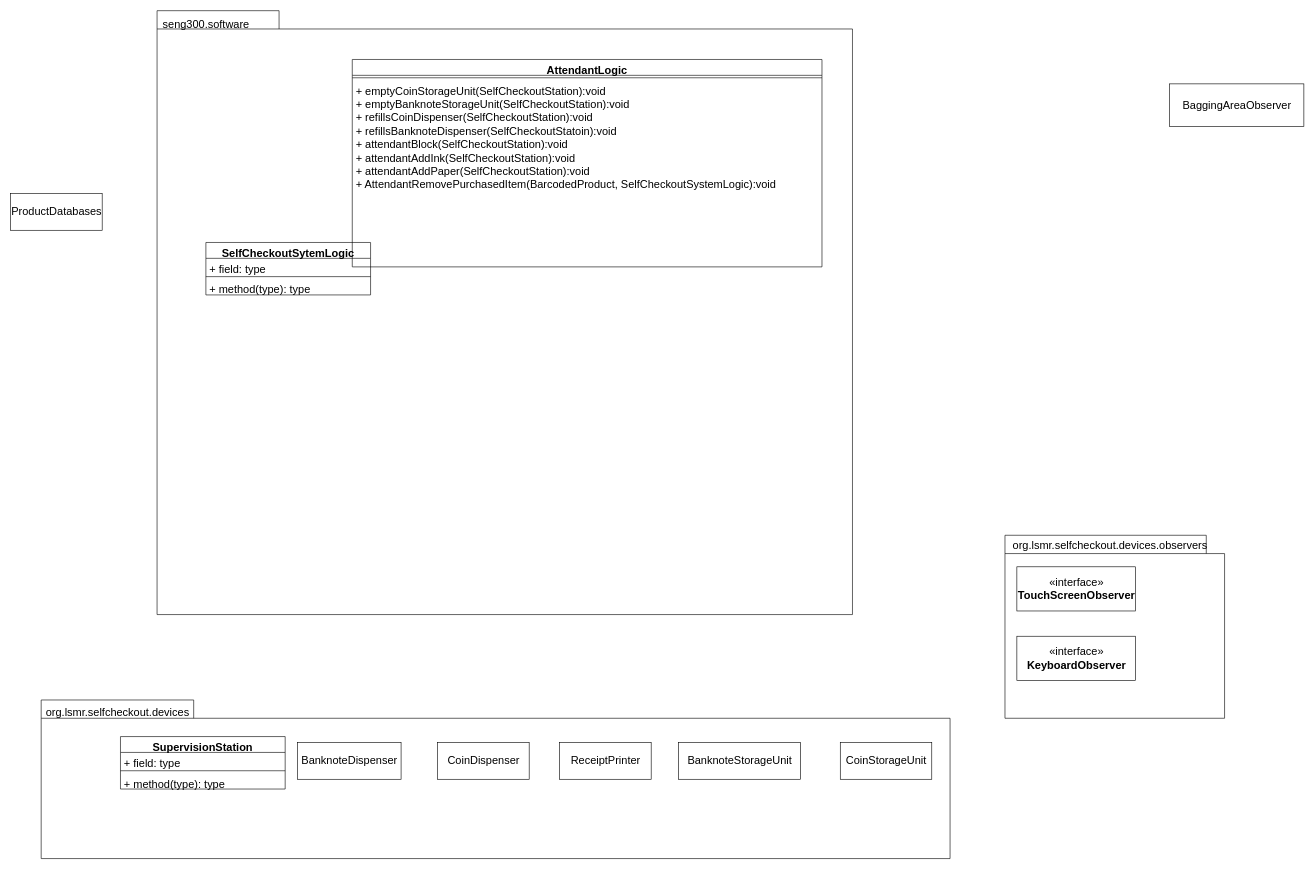
This is Diagrams/ClassDiagrams/Attendant.drawio from adam-25/Self-Checkout-System, a draw.io file, before an edit. Source tidied: cells renumbered, new cells numbered last; positions are measured from the earlier drawing's top-left corner, leaving out a move shared by most shapes. Both pictures are drawn from the tidied source at 61%, with x=0, y=0 at pixel (10, 10).
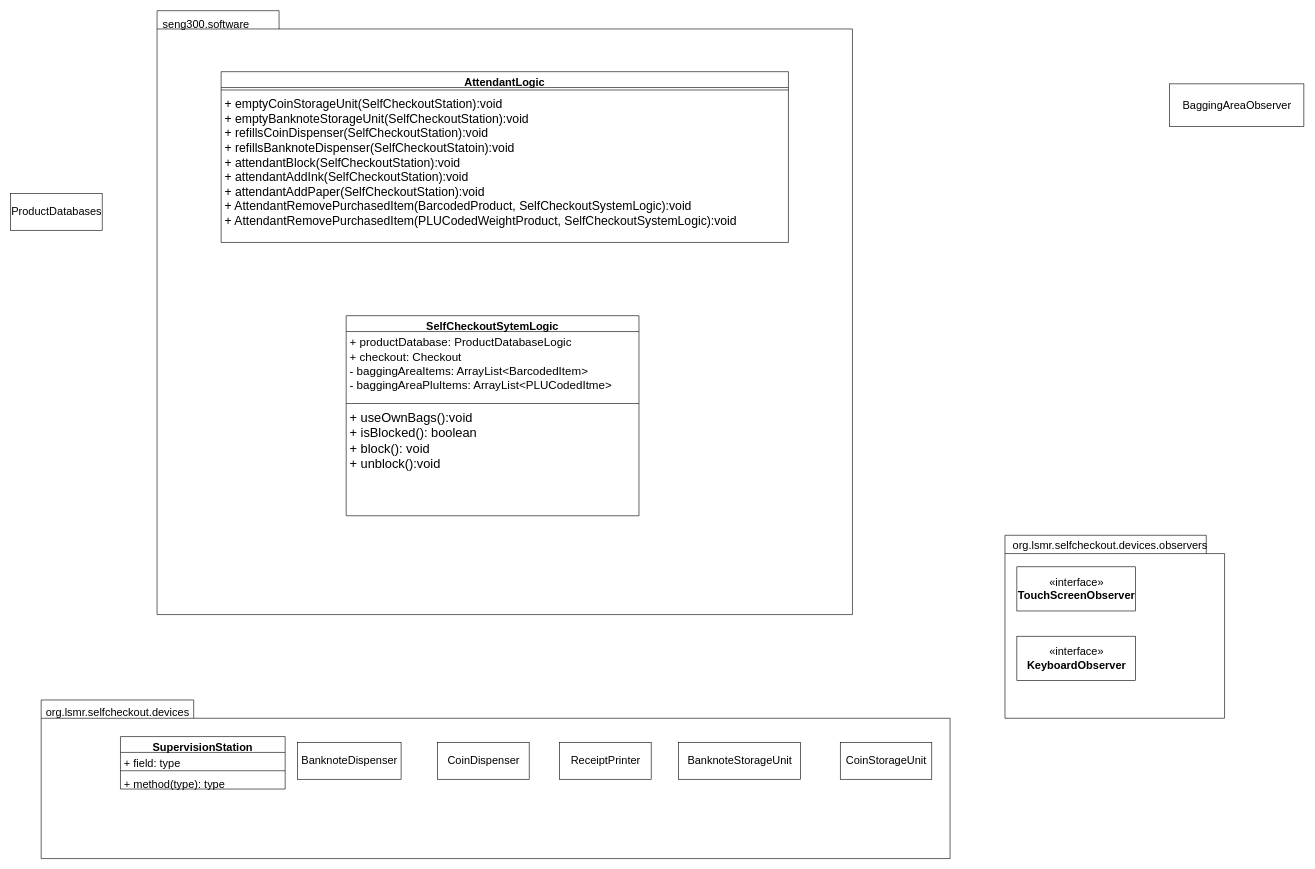
The same page after the edit.

Unchanged cells that the change refers to:
```xml
<mxCell id="2" style="group;" parent="1" vertex="1">
  <mxGeometry x="240" width="1140" height="990" as="geometry" />
</mxCell>
```

What changed in the source:
```diff
@@
     <mxCell id="5" value="SelfCheckoutSytemLogic" style="swimlane;fontStyle=1;align=center;verticalAlign=top;horizontal=1;startSize=26;fontSize=18;" parent="2" vertex="1">
-      <mxGeometry x="80" y="380" width="270" height="86" as="geometry" />
+      <mxGeometry x="310" y="500" width="480" height="328" as="geometry" />
     </mxCell>
-    <mxCell id="6" value="+ field: type" style="text;strokeColor=none;fillColor=none;align=left;verticalAlign=top;spacingLeft=4;spacingRight=4;overflow=hidden;fontSize=18;" parent="5" vertex="1">
-      <mxGeometry y="26" width="270" height="26" as="geometry" />
+    <mxCell id="6" value="+ productDatabase: ProductDatabaseLogic&#10;+ checkout: Checkout&#10;- baggingAreaItems: ArrayList&lt;BarcodedItem&gt;&#10;- baggingAreaPluItems: ArrayList&lt;PLUCodedItme&gt;" style="text;strokeColor=none;fillColor=none;align=left;verticalAlign=top;spacingLeft=4;spacingRight=4;overflow=hidden;fontSize=19;" parent="5" vertex="1">
+      <mxGeometry y="26" width="480" height="114" as="geometry" />
     </mxCell>
     <mxCell id="7" style="line;strokeWidth=1;fillColor=none;align=left;verticalAlign=middle;spacingTop=-1;spacingLeft=3;spacingRight=3;labelPosition=right;fontSize=18;" parent="5" vertex="1">
-      <mxGeometry y="52" width="270" height="8" as="geometry" />
+      <mxGeometry y="140" width="480" height="8" as="geometry" />
     </mxCell>
-    <mxCell id="8" value="+ method(type): type" style="text;strokeColor=none;fillColor=none;align=left;verticalAlign=top;spacingLeft=4;spacingRight=4;overflow=hidden;fontSize=18;" parent="5" vertex="1">
-      <mxGeometry y="60" width="270" height="26" as="geometry" />
+    <mxCell id="8" value="+ useOwnBags():void&#10;+ isBlocked(): boolean&#10;+ block(): void&#10;+ unblock():void&#10;" style="text;strokeColor=none;fillColor=none;align=left;verticalAlign=top;spacingLeft=4;spacingRight=4;overflow=hidden;fontSize=21;" parent="5" vertex="1">
+      <mxGeometry y="148" width="480" height="180" as="geometry" />
     </mxCell>
     <mxCell id="9" value="AttendantLogic" style="swimlane;fontStyle=1;align=center;verticalAlign=top;horizontal=1;startSize=26;fontSize=18;" parent="2" vertex="1">
-      <mxGeometry x="320" y="80" width="770" height="340" as="geometry" />
+      <mxGeometry x="105" y="100" width="930" height="280" as="geometry" />
     </mxCell>
     <mxCell id="10" style="line;strokeWidth=1;fillColor=none;align=left;verticalAlign=middle;spacingTop=-1;spacingLeft=3;spacingRight=3;labelPosition=right;fontSize=18;" parent="9" vertex="1">
-      <mxGeometry y="26" width="770" height="8" as="geometry" />
+      <mxGeometry y="26" width="930" height="8" as="geometry" />
     </mxCell>
-    <mxCell id="11" value="+ emptyCoinStorageUnit(SelfCheckoutStation):void&#10;+ emptyBanknoteStorageUnit(SelfCheckoutStation):void&#10;+ refillsCoinDispenser(SelfCheckoutStation):void&#10;+ refillsBanknoteDispenser(SelfCheckoutStatoin):void&#10;+ attendantBlock(SelfCheckoutStation):void&#10;+ attendantAddInk(SelfCheckoutStation):void&#10;+ attendantAddPaper(SelfCheckoutStation):void&#10;+ AttendantRemovePurchasedItem(BarcodedProduct, SelfCheckoutSystemLogic):void&#10;" style="text;strokeColor=none;fillColor=none;align=left;verticalAlign=top;spacingLeft=4;spacingRight=4;overflow=hidden;fontSize=18;" parent="9" vertex="1">
-      <mxGeometry y="34" width="770" height="306" as="geometry" />
+    <mxCell id="11" value="+ emptyCoinStorageUnit(SelfCheckoutStation):void&#10;+ emptyBanknoteStorageUnit(SelfCheckoutStation):void&#10;+ refillsCoinDispenser(SelfCheckoutStation):void&#10;+ refillsBanknoteDispenser(SelfCheckoutStatoin):void&#10;+ attendantBlock(SelfCheckoutStation):void&#10;+ attendantAddInk(SelfCheckoutStation):void&#10;+ attendantAddPaper(SelfCheckoutStation):void&#10;+ AttendantRemovePurchasedItem(BarcodedProduct, SelfCheckoutSystemLogic):void&#10;+ AttendantRemovePurchasedItem(PLUCodedWeightProduct, SelfCheckoutSystemLogic):void&#10;" style="text;strokeColor=none;fillColor=none;align=left;verticalAlign=top;spacingLeft=4;spacingRight=4;overflow=hidden;fontSize=20;" parent="9" vertex="1">
+      <mxGeometry y="34" width="930" height="246" as="geometry" />
     </mxCell>
```
